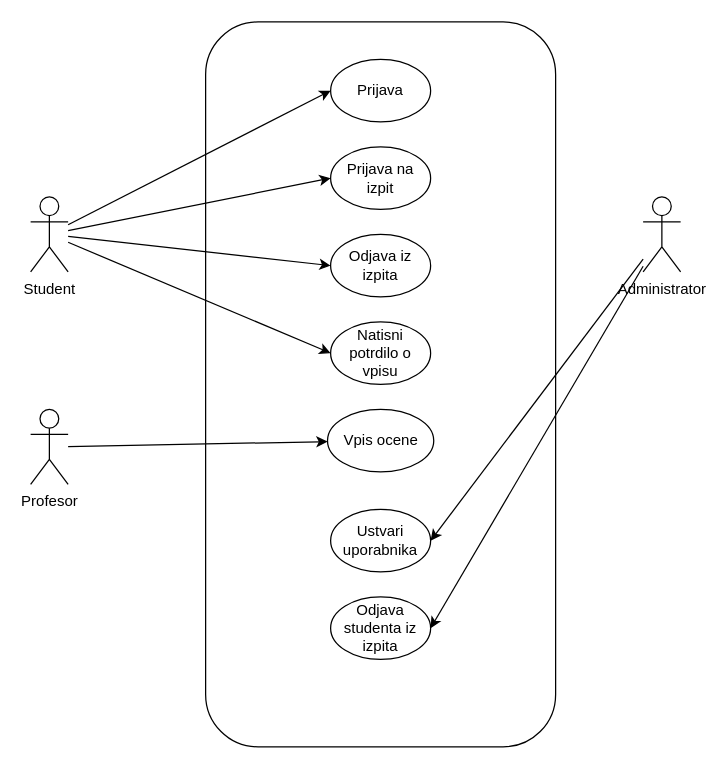
Above: UseCaseStudis.drawio in ErnestISv/Lovstvo (draw.io), before the change. Source tidied: cells renumbered, new cells numbered last; positions are measured from the earlier drawing's top-left corner, leaving out a move shared by most shapes. Both pictures are drawn from the tidied source at 125%, with x=0, y=0 at pixel (30, 21).
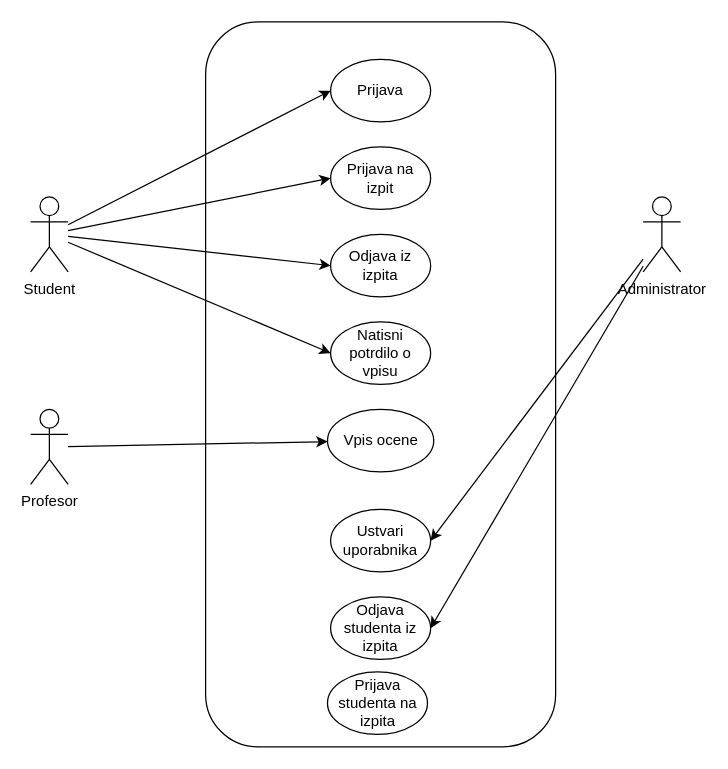
The same diagram, later.

The edit, as a diff of the source:
```diff
@@
+    <mxCell id="20" value="Prijava studenta na izpita" style="ellipse;whiteSpace=wrap;html=1;" parent="1" vertex="1">
+      <mxGeometry x="237.5" y="520" width="80" height="50" as="geometry" />
+    </mxCell>
```
